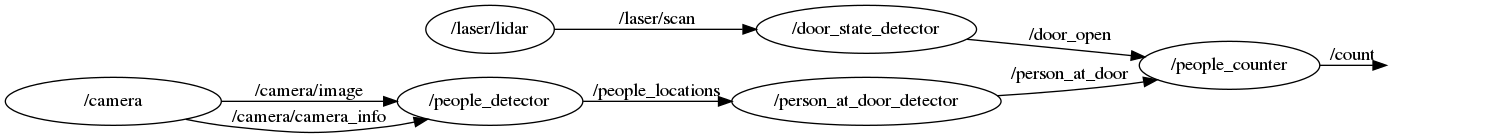
This is ros_system_diagram.png from Lohrer/ros_demo, a Graphviz export, as it was before one commit. Its source is kept beside it as ros_system_diagram.dot.
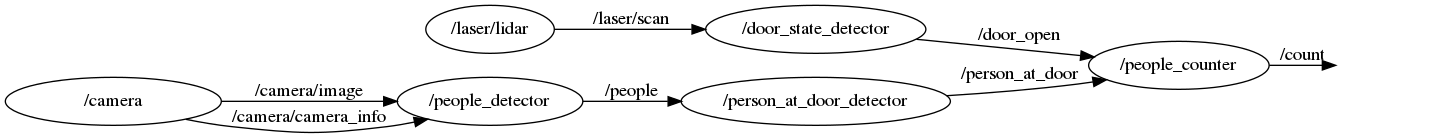
Above is the later version.

Change to the diagram source:
```diff
@@ -68,8 +68,8 @@
 		shape=ellipse,
 		tooltip="/camera",
 		width=1.0832];
-	n___people_detector -> n___person_at_door_detector	 [URL=topic_3A__people_locations,
-		label="/people_locations",
+	n___people_detector -> n___person_at_door_detector	 [URL=topic_3A__people,
+		label="/people",
 		lp="701.51,88.5",
 		penwidth=1,
 		pos="e,865.03,184.27 394.73,93.494 466.59,68.114 651.48,14.64 782.75,81 821.45,100.56 847.45,145.73 860.94,175.01"];
```
